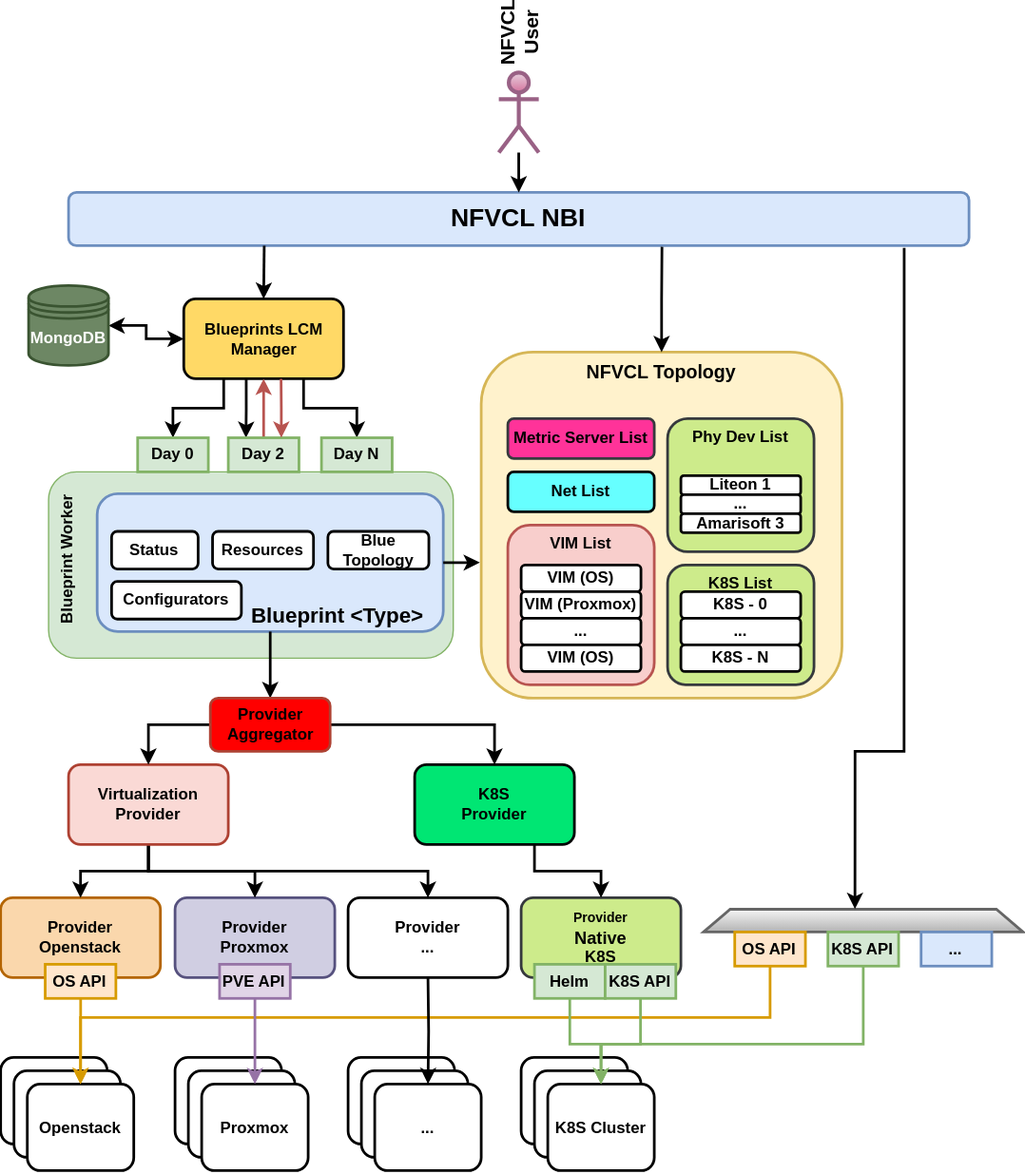
s2n-cnit/nfvcl-ng keeps this draw.io diagram as docs/images/NVFCL-diagrams-General-Scheme.drawio.svg. Above is the earlier version. Source tidied: cells renumbered, new cells last; positions are measured from the earlier drawing's top-left corner, leaving out a move shared by most shapes.
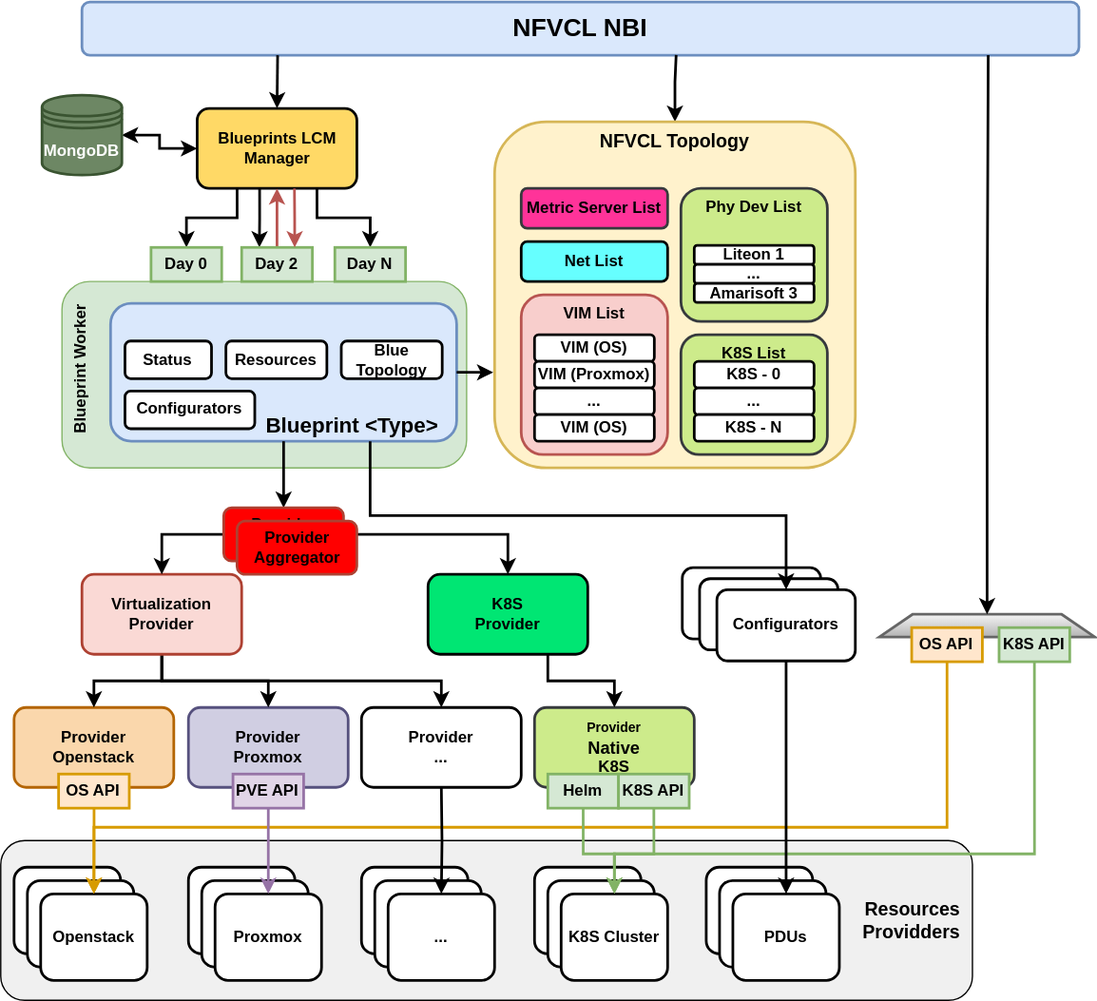
After the change.

Diff of the diagram source:
```diff
@@ -2,6 +2,9 @@
   <root>
     <mxCell id="0" />
     <mxCell id="1" parent="0" />
+    <mxCell id="96" value="Resources&lt;br style=&quot;font-size: 14px;&quot;&gt;Providders" style="rounded=1;whiteSpace=wrap;html=1;fillColor=#F0F0F0;align=right;fontStyle=1;fontSize=14;spacingLeft=0;spacingBottom=0;spacing=9;" parent="1" vertex="1">
+      <mxGeometry x="-10" y="720" width="730" height="120" as="geometry" />
+    </mxCell>
     <mxCell id="2" style="group;" parent="1" vertex="1">
       <mxGeometry x="32.5" y="300" width="307.5" height="140" as="geometry" />
     </mxCell>
@@ -29,9 +32,6 @@
     <mxCell id="10" value="Configurators" style="rounded=1;whiteSpace=wrap;html=1;fontStyle=1;strokeWidth=2;" parent="5" vertex="1">
       <mxGeometry x="10.8" y="65.9" width="97.5" height="28.2" as="geometry" />
     </mxCell>
-    <mxCell id="11" value="&lt;font style=&quot;font-size: 14px;&quot;&gt;NFVCL Topology&lt;/font&gt;" style="rounded=1;whiteSpace=wrap;html=1;verticalAlign=top;fillColor=#fff2cc;strokeColor=#d6b656;fontStyle=1;strokeWidth=2;" parent="1" vertex="1">
-      <mxGeometry x="361" y="210" width="271" height="260" as="geometry" />
-    </mxCell>
     <mxCell id="12" value="&lt;div&gt;Provider&lt;/div&gt;&lt;div&gt;...&lt;/div&gt;" style="rounded=1;whiteSpace=wrap;html=1;fontStyle=1;strokeWidth=2;" parent="1" vertex="1">
       <mxGeometry x="261" y="620" width="120" height="60" as="geometry" />
     </mxCell>
@@ -39,14 +39,8 @@
       <mxGeometry relative="1" as="geometry" />
     </mxCell>
     <mxCell id="14" value="&lt;b&gt;&lt;font style=&quot;font-size: 19px;&quot;&gt;NFVCL NBI&lt;/font&gt;&lt;/b&gt;" style="rounded=1;whiteSpace=wrap;html=1;fillColor=#dae8fc;strokeColor=#6c8ebf;strokeWidth=2;" parent="1" vertex="1">
-      <mxGeometry x="51" y="90" width="676.5" height="40" as="geometry" />
+      <mxGeometry x="51" y="90" width="749" height="40" as="geometry" />
     </mxCell>
-    <mxCell id="15" style="edgeStyle=orthogonalEdgeStyle;rounded=0;jettySize=auto;html=1;entryX=0.5;entryY=0;entryDx=0;entryDy=0;fontSize=11;strokeWidth=2;" parent="1" edge="1" source="16" target="14">
-      <mxGeometry relative="1" as="geometry" />
-    </mxCell>
-    <mxCell id="16" value="&lt;b style=&quot;font-size: 15px;&quot;&gt;&lt;font style=&quot;font-size: 15px;&quot;&gt;NFVCL&lt;/font&gt;&lt;/b&gt;&lt;div style=&quot;font-size: 15px;&quot;&gt;&lt;b style=&quot;&quot;&gt;&lt;font style=&quot;font-size: 15px;&quot;&gt;User&lt;/font&gt;&lt;/b&gt;&lt;/div&gt;" style="shape=umlActor;verticalLabelPosition=bottom;verticalAlign=middle;html=1;outlineConnect=0;horizontal=0;strokeWidth=3;fillColor=#e6d0de;gradientColor=#d5739d;strokeColor=#996185;" parent="1" vertex="1">
-      <mxGeometry x="374.2" width="30" height="60" as="geometry" />
-    </mxCell>
     <mxCell id="17" style="edgeStyle=orthogonalEdgeStyle;rounded=0;jettySize=auto;html=1;exitX=0.391;exitY=0.998;exitDx=0;exitDy=0;entryX=0.25;entryY=0;entryDx=0;entryDy=0;exitPerimeter=0;strokeWidth=2;" parent="1" edge="1" source="21" target="68">
       <mxGeometry relative="1" as="geometry" />
     </mxCell>
@@ -86,22 +80,19 @@
     <mxCell id="29" value="Proxmox" style="rounded=1;whiteSpace=wrap;html=1;fontStyle=1;strokeWidth=2;" parent="26" vertex="1">
       <mxGeometry x="20" y="20" width="80" height="65" as="geometry" />
     </mxCell>
-    <mxCell id="30" style="shape=trapezoid;perimeter=trapezoidPerimeter;whiteSpace=wrap;html=1;fixedSize=1;strokeWidth=2;fillColor=#f5f5f5;gradientColor=#b3b3b3;strokeColor=#666666;" parent="1" vertex="1">
-      <mxGeometry x="528" y="628.6" width="240" height="17.1" as="geometry" />
+    <mxCell id="30" style="shape=trapezoid;perimeter=trapezoidPerimeter;whiteSpace=wrap;html=1;fixedSize=1;strokeWidth=2;fillColor=#f5f5f5;gradientColor=#b3b3b3;strokeColor=#666666;size=25.000000000000227;" parent="1" vertex="1">
+      <mxGeometry x="650" y="550" width="162" height="17.1" as="geometry" />
     </mxCell>
-    <mxCell id="31" value="..." style="rounded=0;whiteSpace=wrap;html=1;fillColor=#dae8fc;strokeColor=#6c8ebf;fontStyle=1;strokeWidth=2;" parent="1" vertex="1">
-      <mxGeometry x="691.4" y="645.7" width="53.1" height="25.6" as="geometry" />
-    </mxCell>
     <mxCell id="32" style="edgeStyle=orthogonalEdgeStyle;rounded=0;jettySize=auto;html=1;exitX=0.5;exitY=1;exitDx=0;exitDy=0;entryX=0.5;entryY=0;entryDx=0;entryDy=0;fillColor=#d5e8d4;strokeColor=#82b366;strokeWidth=2;" parent="1" edge="1" source="33" target="49">
       <mxGeometry relative="1" as="geometry">
         <Array as="points">
-          <mxPoint x="648" y="730" />
+          <mxPoint x="767" y="730" />
           <mxPoint x="451" y="730" />
         </Array>
       </mxGeometry>
     </mxCell>
     <mxCell id="33" value="K8S API" style="rounded=0;whiteSpace=wrap;html=1;fillColor=#d5e8d4;strokeColor=#82b366;fontStyle=1;strokeWidth=2;" parent="1" vertex="1">
-      <mxGeometry x="621.4" y="645.7" width="53.1" height="25.6" as="geometry" />
+      <mxGeometry x="740" y="560" width="53.1" height="25.6" as="geometry" />
     </mxCell>
     <mxCell id="34" style="edgeStyle=orthogonalEdgeStyle;rounded=0;jettySize=auto;html=1;fillColor=#ffe6cc;strokeColor=#d79b00;strokeWidth=2;" parent="1" edge="1" source="40" target="25">
       <mxGeometry relative="1" as="geometry" />
@@ -109,22 +100,14 @@
     <mxCell id="35" style="edgeStyle=orthogonalEdgeStyle;rounded=0;jettySize=auto;html=1;entryX=0.5;entryY=0;entryDx=0;entryDy=0;fillColor=#ffe6cc;strokeColor=#d79b00;strokeWidth=2;exitX=0.5;exitY=1;exitDx=0;exitDy=0;" parent="1" edge="1" source="36" target="25">
       <mxGeometry relative="1" as="geometry">
         <Array as="points">
-          <mxPoint x="578" y="710" />
+          <mxPoint x="701" y="710" />
           <mxPoint x="60" y="710" />
         </Array>
       </mxGeometry>
     </mxCell>
     <mxCell id="36" value="OS API" style="rounded=0;whiteSpace=wrap;html=1;fillColor=#ffe6cc;strokeColor=#d79b00;fontStyle=1;strokeWidth=2;" parent="1" vertex="1">
-      <mxGeometry x="551.5" y="645.7" width="53.1" height="25.6" as="geometry" />
+      <mxGeometry x="674.4" y="560" width="53.1" height="25.6" as="geometry" />
     </mxCell>
-    <mxCell id="37" style="endArrow=classic;html=1;rounded=0;edgeStyle=orthogonalEdgeStyle;entryX=0.474;entryY=-0.01;entryDx=0;entryDy=0;entryPerimeter=0;strokeWidth=2;exitX=0.928;exitY=1.04;exitDx=0;exitDy=0;exitPerimeter=0;" parent="1" edge="1" source="14" target="30">
-      <mxGeometry relative="1" as="geometry">
-        <Array as="points">
-          <mxPoint x="679" y="510" />
-          <mxPoint x="642" y="510" />
-        </Array>
-      </mxGeometry>
-    </mxCell>
     <mxCell id="38" style="group;fontStyle=1;strokeWidth=2;" parent="1" vertex="1">
       <mxGeometry y="620" width="120" height="75.6" as="geometry" />
     </mxCell>
@@ -241,8 +224,51 @@
         <mxPoint x="360" y="368" as="targetPoint" />
       </mxGeometry>
     </mxCell>
+    <mxCell id="90" style="edgeStyle=orthogonalEdgeStyle;rounded=0;jettySize=auto;html=1;exitX=0.5;exitY=0;exitDx=0;exitDy=0;startArrow=classic;startFill=1;endArrow=none;endFill=0;strokeWidth=2;entryX=0.596;entryY=0.996;entryDx=0;entryDy=0;entryPerimeter=0;" parent="1" edge="1" source="11" target="14">
+      <mxGeometry relative="1" as="geometry">
+        <Array as="points">
+          <mxPoint x="497" y="150" />
+          <mxPoint x="497" y="150" />
+        </Array>
+      </mxGeometry>
+    </mxCell>
+    <mxCell id="91" style="edgeStyle=orthogonalEdgeStyle;rounded=0;jettySize=auto;html=1;exitX=0;exitY=0.5;exitDx=0;exitDy=0;entryX=0.5;entryY=0;entryDx=0;entryDy=0;strokeWidth=2;" parent="1" edge="1" source="93" target="63">
+      <mxGeometry relative="1" as="geometry" />
+    </mxCell>
+    <mxCell id="92" style="edgeStyle=orthogonalEdgeStyle;rounded=0;jettySize=auto;html=1;exitX=1;exitY=0.5;exitDx=0;exitDy=0;entryX=0.5;entryY=0;entryDx=0;entryDy=0;strokeWidth=2;" parent="1" edge="1" source="93" target="65">
+      <mxGeometry relative="1" as="geometry" />
+    </mxCell>
+    <mxCell id="93" value="&lt;b&gt;Provider&lt;br&gt;Aggregator&lt;/b&gt;" style="rounded=1;whiteSpace=wrap;html=1;fillColor=#FF0000;strokeColor=#ae4132;strokeWidth=2;" parent="1" vertex="1">
+      <mxGeometry x="157.5" y="470" width="90" height="40" as="geometry" />
+    </mxCell>
+    <mxCell id="94" value="&lt;b&gt;MongoDB&lt;/b&gt;" style="shape=datastore;whiteSpace=wrap;html=1;fillColor=#6d8764;strokeColor=#3A5431;fontColor=#ffffff;strokeWidth=2;" parent="1" vertex="1">
+      <mxGeometry x="21" y="160" width="60" height="60" as="geometry" />
+    </mxCell>
+    <mxCell id="95" style="endArrow=classic;html=1;rounded=0;entryX=0.5;entryY=0;entryDx=0;entryDy=0;fontStyle=0;strokeWidth=2;" parent="1" edge="1" target="21">
+      <mxGeometry relative="1" as="geometry">
+        <mxPoint x="198" y="130" as="sourcePoint" />
+      </mxGeometry>
+    </mxCell>
+    <mxCell id="97" style="group;fontStyle=1;strokeWidth=2;" parent="1" vertex="1">
+      <mxGeometry x="520" y="740" width="100" height="85" as="geometry" />
+    </mxCell>
+    <mxCell id="98" style="rounded=1;whiteSpace=wrap;html=1;strokeWidth=2;" parent="97" vertex="1">
+      <mxGeometry width="80" height="65" as="geometry" />
+    </mxCell>
+    <mxCell id="99" style="rounded=1;whiteSpace=wrap;html=1;strokeWidth=2;" parent="97" vertex="1">
+      <mxGeometry x="10" y="10" width="80" height="65" as="geometry" />
+    </mxCell>
+    <mxCell id="100" value="PDUs" style="rounded=1;whiteSpace=wrap;html=1;fontStyle=1;strokeWidth=2;" parent="97" vertex="1">
+      <mxGeometry x="20" y="20" width="80" height="65" as="geometry" />
+    </mxCell>
+    <mxCell id="101" style="group;" parent="1" vertex="1">
+      <mxGeometry x="361" y="180" width="271" height="260" as="geometry" />
+    </mxCell>
+    <mxCell id="11" value="&lt;font style=&quot;font-size: 14px;&quot;&gt;NFVCL Topology&lt;/font&gt;" style="rounded=1;whiteSpace=wrap;html=1;verticalAlign=top;fillColor=#fff2cc;strokeColor=#d6b656;fontStyle=1;strokeWidth=2;" parent="101" vertex="1">
+      <mxGeometry width="271" height="260" as="geometry" />
+    </mxCell>
-    <mxCell id="72" style="group;fillColor=none;strokeColor=none;gradientColor=none;strokeWidth=2;" parent="1" vertex="1">
-      <mxGeometry x="381" y="340" width="110" height="120" as="geometry" />
+    <mxCell id="72" style="group;fillColor=none;strokeColor=none;gradientColor=none;strokeWidth=2;" parent="101" vertex="1">
+      <mxGeometry x="20" y="130" width="110" height="120" as="geometry" />
     </mxCell>
     <mxCell id="73" value="VIM List" style="rounded=1;whiteSpace=wrap;html=1;fillColor=#f8cecc;verticalAlign=top;fontStyle=1;strokeColor=#b85450;strokeWidth=2;" parent="72" vertex="1">
       <mxGeometry width="110" height="120" as="geometry" />
@@ -259,8 +285,8 @@
     <mxCell id="77" value="VIM (OS)" style="rounded=1;whiteSpace=wrap;html=1;fontStyle=1;strokeWidth=2;" parent="72" vertex="1">
       <mxGeometry x="10" y="90" width="90" height="20" as="geometry" />
     </mxCell>
-    <mxCell id="78" style="group;strokeWidth=2;" parent="1" vertex="1">
-      <mxGeometry x="501" y="340" width="110" height="120" as="geometry" />
+    <mxCell id="78" style="group;strokeWidth=2;" parent="101" vertex="1">
+      <mxGeometry x="140" y="130" width="110" height="120" as="geometry" />
     </mxCell>
     <mxCell id="79" value="K8S List" style="rounded=1;whiteSpace=wrap;html=1;fillColor=#cdeb8b;verticalAlign=top;fontStyle=1;strokeColor=#36393d;strokeWidth=2;" parent="78" vertex="1">
       <mxGeometry y="30" width="110" height="90" as="geometry" />
@@ -274,8 +300,8 @@
     <mxCell id="82" value="K8S - N" style="rounded=1;whiteSpace=wrap;html=1;fontStyle=1;strokeWidth=2;" parent="78" vertex="1">
       <mxGeometry x="10" y="90" width="90" height="20" as="geometry" />
     </mxCell>
-    <mxCell id="83" style="group;strokeWidth=2;" parent="1" vertex="1">
-      <mxGeometry x="501" y="260" width="110" height="100" as="geometry" />
+    <mxCell id="83" style="group;strokeWidth=2;" parent="101" vertex="1">
+      <mxGeometry x="140" y="50" width="110" height="100" as="geometry" />
     </mxCell>
     <mxCell id="84" value="Phy Dev List" style="rounded=1;whiteSpace=wrap;html=1;fillColor=#cdeb8b;verticalAlign=top;fontStyle=1;strokeColor=#36393d;strokeWidth=2;" parent="83" vertex="1">
       <mxGeometry width="110" height="100" as="geometry" />
@@ -289,31 +315,35 @@
     <mxCell id="87" value="Amarisoft 3" style="rounded=1;whiteSpace=wrap;html=1;fontStyle=1;strokeWidth=2;" parent="83" vertex="1">
       <mxGeometry x="10" y="71.4" width="90" height="14.3" as="geometry" />
     </mxCell>
-    <mxCell id="88" value="Net List" style="rounded=1;whiteSpace=wrap;html=1;fillColor=#66FFFF;strokeWidth=2;fontStyle=1;" parent="1" vertex="1">
-      <mxGeometry x="381" y="300" width="110" height="30" as="geometry" />
+    <mxCell id="88" value="Net List" style="rounded=1;whiteSpace=wrap;html=1;fillColor=#66FFFF;strokeWidth=2;fontStyle=1;" parent="101" vertex="1">
+      <mxGeometry x="20" y="90" width="110" height="30" as="geometry" />
     </mxCell>
-    <mxCell id="89" value="Metric Server List" style="rounded=1;whiteSpace=wrap;html=1;fillColor=#FF3399;strokeColor=#36393d;strokeWidth=2;fontStyle=1;" parent="1" vertex="1">
-      <mxGeometry x="381" y="260" width="110" height="30" as="geometry" />
+    <mxCell id="89" value="Metric Server List" style="rounded=1;whiteSpace=wrap;html=1;fillColor=#FF3399;strokeColor=#36393d;strokeWidth=2;fontStyle=1;" parent="101" vertex="1">
+      <mxGeometry x="20" y="50" width="110" height="30" as="geometry" />
     </mxCell>
-    <mxCell id="90" style="edgeStyle=orthogonalEdgeStyle;rounded=0;jettySize=auto;html=1;exitX=0.5;exitY=0;exitDx=0;exitDy=0;entryX=0.659;entryY=1.022;entryDx=0;entryDy=0;entryPerimeter=0;startArrow=classic;startFill=1;endArrow=none;endFill=0;strokeWidth=2;" parent="1" edge="1" source="11" target="14">
-      <mxGeometry relative="1" as="geometry" />
-    </mxCell>
-    <mxCell id="91" style="edgeStyle=orthogonalEdgeStyle;rounded=0;jettySize=auto;html=1;exitX=0;exitY=0.5;exitDx=0;exitDy=0;entryX=0.5;entryY=0;entryDx=0;entryDy=0;strokeWidth=2;" parent="1" edge="1" source="93" target="63">
-      <mxGeometry relative="1" as="geometry" />
-    </mxCell>
-    <mxCell id="92" style="edgeStyle=orthogonalEdgeStyle;rounded=0;jettySize=auto;html=1;exitX=1;exitY=0.5;exitDx=0;exitDy=0;entryX=0.5;entryY=0;entryDx=0;entryDy=0;strokeWidth=2;" parent="1" edge="1" source="93" target="65">
-      <mxGeometry relative="1" as="geometry" />
-    </mxCell>
-    <mxCell id="93" value="&lt;b&gt;Provider&lt;br&gt;Aggregator&lt;/b&gt;" style="rounded=1;whiteSpace=wrap;html=1;fillColor=#FF0000;strokeColor=#ae4132;strokeWidth=2;" parent="1" vertex="1">
-      <mxGeometry x="157.5" y="470" width="90" height="40" as="geometry" />
-    </mxCell>
-    <mxCell id="94" value="&lt;b&gt;MongoDB&lt;/b&gt;" style="shape=datastore;whiteSpace=wrap;html=1;fillColor=#6d8764;strokeColor=#3A5431;fontColor=#ffffff;strokeWidth=2;" parent="1" vertex="1">
-      <mxGeometry x="21" y="160" width="60" height="60" as="geometry" />
-    </mxCell>
-    <mxCell id="95" style="endArrow=classic;html=1;rounded=0;entryX=0.5;entryY=0;entryDx=0;entryDy=0;fontStyle=0;strokeWidth=2;" parent="1" edge="1" target="21">
-      <mxGeometry relative="1" as="geometry">
-        <mxPoint x="198" y="130" as="sourcePoint" />
-      </mxGeometry>
-    </mxCell>
+    <mxCell id="102" value="&lt;b&gt;Provider&lt;br&gt;Aggregator&lt;/b&gt;" style="rounded=1;whiteSpace=wrap;html=1;fillColor=#FF0000;strokeColor=#ae4132;strokeWidth=2;" parent="1" vertex="1">
+      <mxGeometry x="167.5" y="480" width="90" height="40" as="geometry" />
+    </mxCell>
+    <mxCell id="103" style="group;fontStyle=1;strokeWidth=2;" parent="1" vertex="1">
+      <mxGeometry x="502" y="515" width="130" height="70" as="geometry" />
+    </mxCell>
+    <mxCell id="104" style="rounded=1;whiteSpace=wrap;html=1;strokeWidth=2;" parent="103" vertex="1">
+      <mxGeometry width="104" height="53.5" as="geometry" />
+    </mxCell>
+    <mxCell id="105" style="rounded=1;whiteSpace=wrap;html=1;strokeWidth=2;" parent="103" vertex="1">
+      <mxGeometry x="13" y="8.2" width="104" height="53.5" as="geometry" />
+    </mxCell>
+    <mxCell id="106" value="Configurators" style="rounded=1;whiteSpace=wrap;html=1;fontStyle=1;strokeWidth=2;" parent="103" vertex="1">
+      <mxGeometry x="26" y="16.5" width="104" height="53.5" as="geometry" />
+    </mxCell>
+    <mxCell id="107" style="edgeStyle=orthogonalEdgeStyle;rounded=0;jettySize=auto;html=1;exitX=0.75;exitY=1;exitDx=0;exitDy=0;entryX=0.5;entryY=0;entryDx=0;entryDy=0;strokeWidth=2;" parent="1" edge="1" source="6" target="106">
+      <mxGeometry relative="1" as="geometry" />
+    </mxCell>
+    <mxCell id="108" style="edgeStyle=orthogonalEdgeStyle;rounded=0;jettySize=auto;html=1;exitX=0.5;exitY=1;exitDx=0;exitDy=0;strokeWidth=2;" parent="1" edge="1" source="106" target="100">
+      <mxGeometry relative="1" as="geometry" />
+    </mxCell>
+    <mxCell id="109" style="edgeStyle=orthogonalEdgeStyle;rounded=0;jettySize=auto;html=1;entryX=0.909;entryY=0.996;entryDx=0;entryDy=0;entryPerimeter=0;endArrow=none;endFill=0;startArrow=classic;startFill=1;strokeWidth=2;" parent="1" edge="1" source="30" target="14">
+      <mxGeometry relative="1" as="geometry" />
+    </mxCell>
   </root>
 </mxGraphModel>
```
